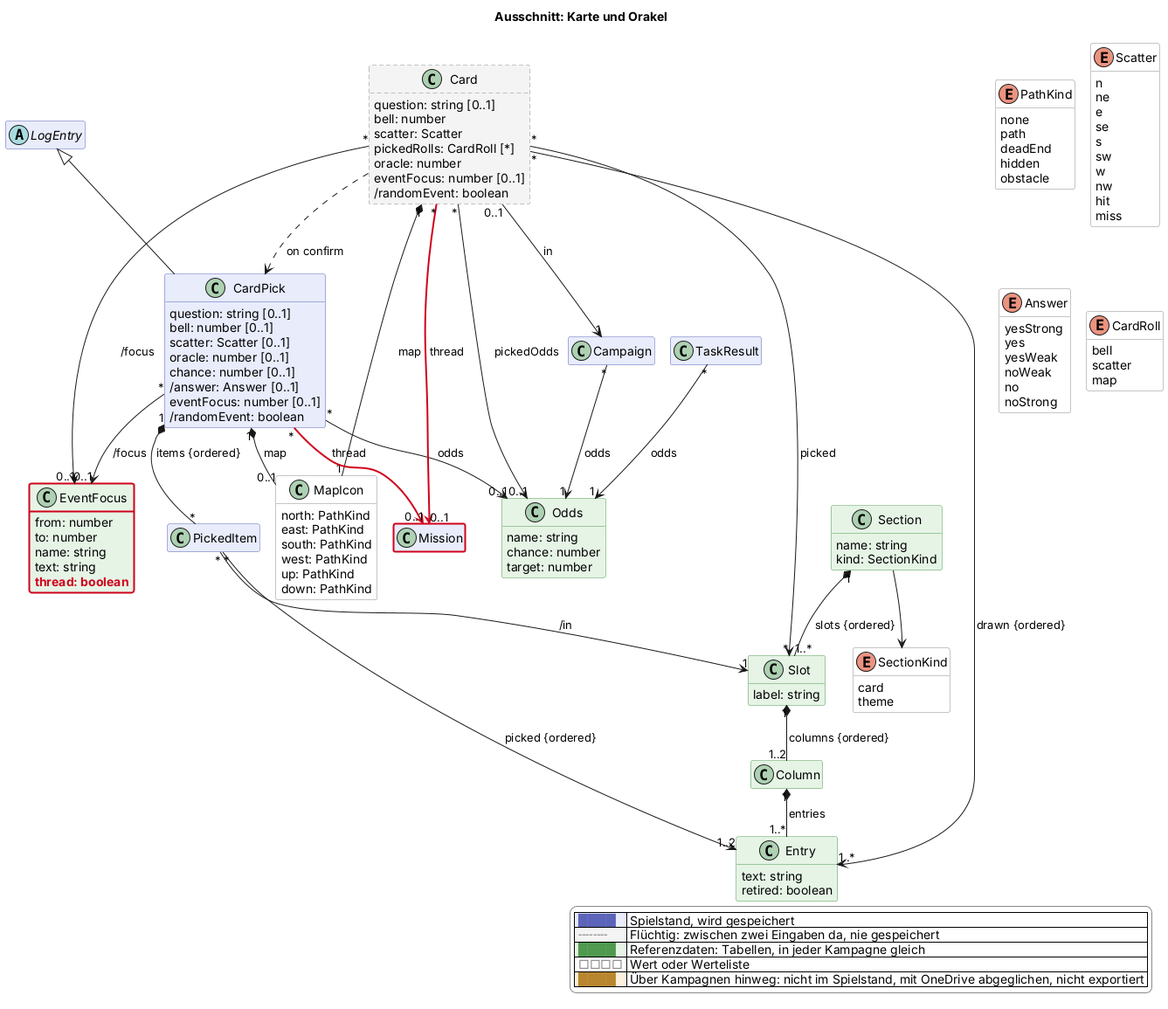
The PlantUML diagram docs/views/karte.png in scuzzar/SRE, before a commit.
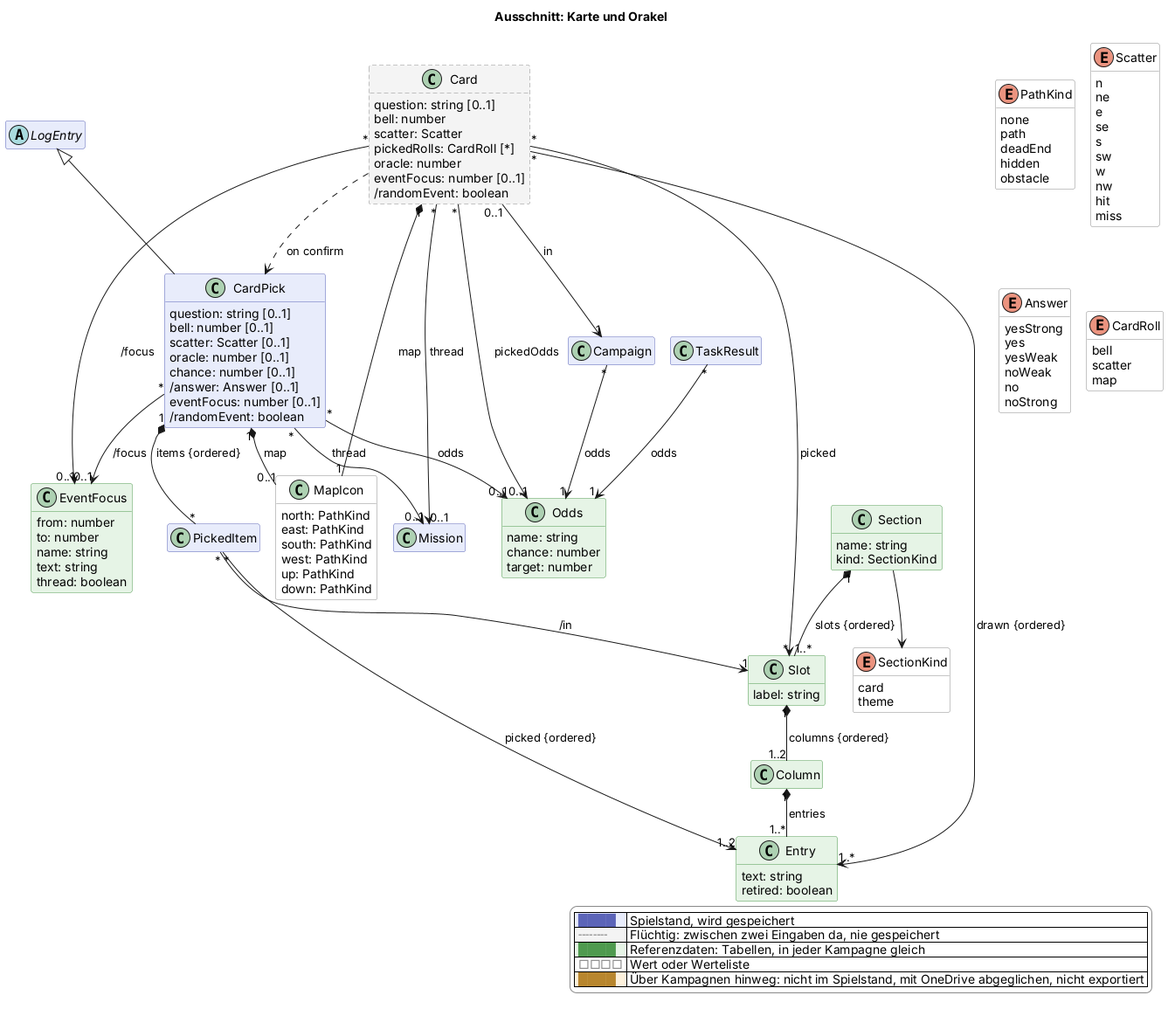
Above is the later version.

Diff of the diagram source:
```diff
@@ -74,7 +74,7 @@
 
 
 
-  class Mission $mission $newClass("2026-11-18")
+  class Mission $mission
 
   abstract class LogEntry $probe
   class CardPick $karte {
@@ -151,7 +151,7 @@
     to: number
     name: string
     text: string
-    $new("2026-11-18", "thread: boolean")
+    thread: boolean
   }
   class Section <<reference>> $karte {
     name: string
@@ -196,8 +196,8 @@
 Card "*" --> "0..1" EventFocus : /focus
 CardPick "*" --> "0..1" EventFocus : /focus
 Card "1" *-- "1" MapIcon : map
-Card "*" -$newArrow("2026-11-18")-> "0..1" Mission : thread
-CardPick "*" -$newArrow("2026-11-18")-> "0..1" Mission : thread
+Card "*" --> "0..1" Mission : thread
+CardPick "*" --> "0..1" Mission : thread
 PickedItem "*" --> "1" Slot : /in
 PickedItem "*" --> "1..2" Entry : picked {ordered}
 Section "1" *-- "1..*" Slot : slots {ordered}
@@ -213,5 +213,4 @@
   |<#ffffff> <color:#8a8a8a>□□□□</color> | Wert oder Werteliste |
   |<#fdf1dc> <color:#b8862e>████</color> | Über Kampagnen hinweg: nicht im Spielstand, mit OneDrive abgeglichen, nicht exportiert |
 endlegend
-class EventFocus #line:d0021b;line.bold
 @enduml
```
